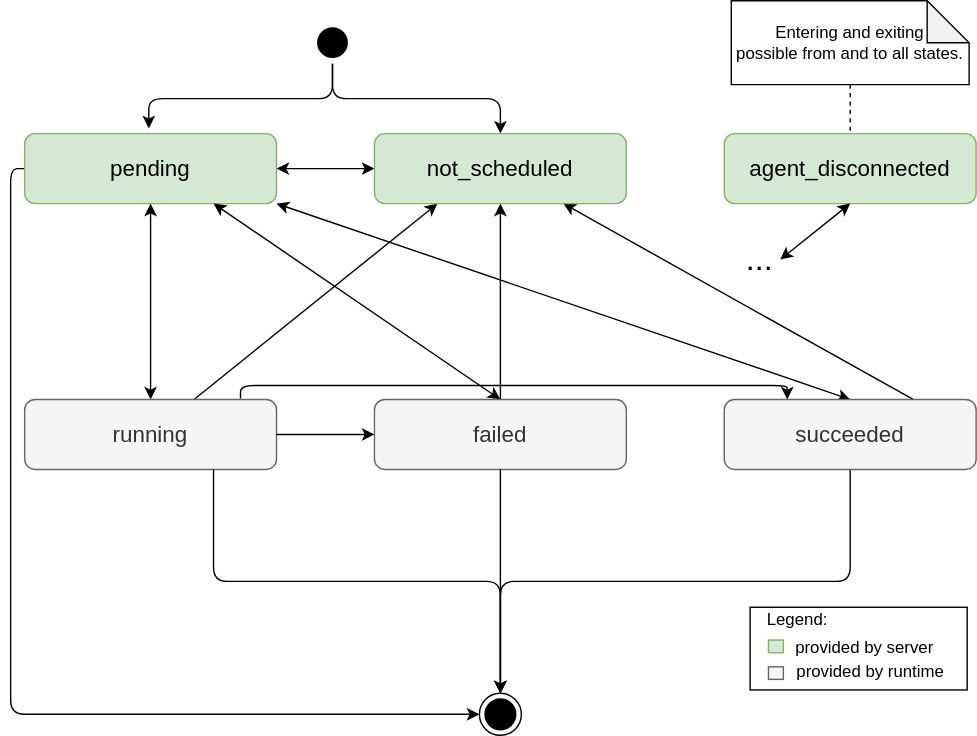
The draw.io diagram common/doc/swdesign/drawio/state_workload_execution_major_states.drawio.svg in eclipse-ankaios/ankaios, before a commit. Source tidied: cells renumbered, new cells last; positions are measured from the earlier drawing's top-left corner, leaving out a move shared by most shapes.
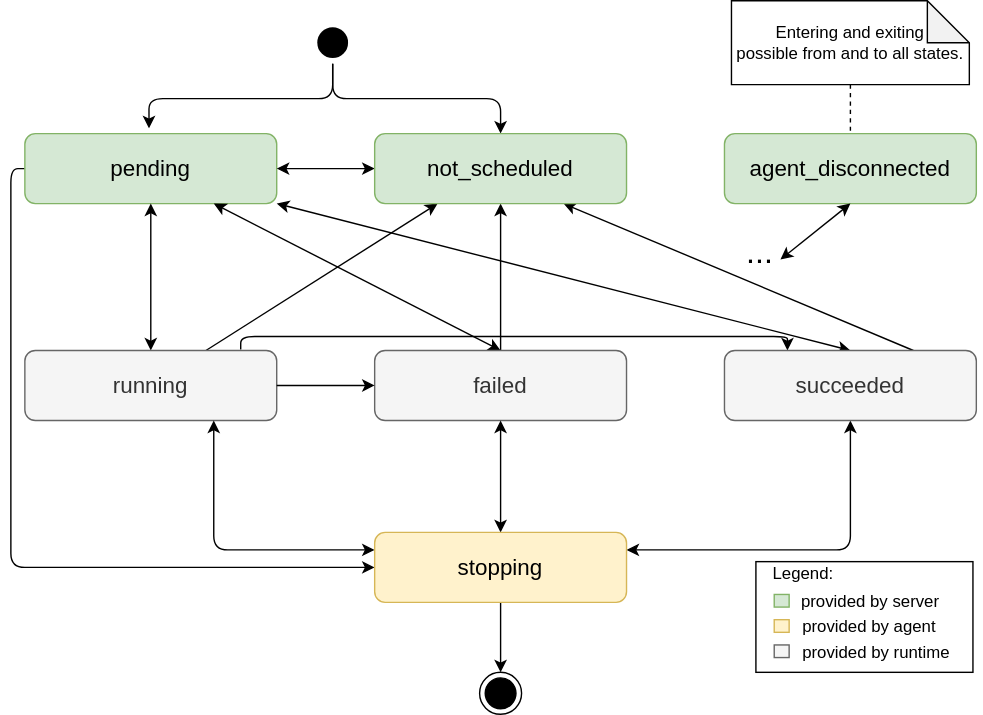
The same file after the commit.

Commit message:
Fix requirements for states

Diff of the diagram source:
```diff
@@ -9,16 +9,16 @@
       <mxGeometry relative="1" as="geometry" />
     </mxCell>
     <mxCell id="4" style="ellipse;html=1;shape=startState;fillColor=#000000;strokeColor=none;" parent="1" vertex="1">
-      <mxGeometry x="205" y="15" width="30" height="30" as="geometry" />
+      <mxGeometry x="205" y="50" width="30" height="30" as="geometry" />
     </mxCell>
     <mxCell id="5" style="ellipse;html=1;shape=endState;fillColor=#000000;strokeColor=#000000;" parent="1" vertex="1">
-      <mxGeometry x="325" y="495" width="30" height="30" as="geometry" />
+      <mxGeometry x="325" y="515" width="30" height="30" as="geometry" />
     </mxCell>
-    <mxCell id="6" style="edgeStyle=orthogonalEdgeStyle;html=1;entryX=0;entryY=0.5;entryDx=0;entryDy=0;startArrow=none;startFill=0;exitX=0;exitY=0.5;exitDx=0;exitDy=0;" parent="1" edge="1" source="7" target="5">
+    <mxCell id="6" style="edgeStyle=orthogonalEdgeStyle;html=1;entryX=0;entryY=0.5;entryDx=0;entryDy=0;startArrow=none;startFill=0;exitX=0;exitY=0.5;exitDx=0;exitDy=0;" parent="1" edge="1" source="7" target="48">
       <mxGeometry relative="1" as="geometry" />
     </mxCell>
     <mxCell id="7" value="&lt;font style=&quot;font-size: 16px;&quot;&gt;pending&lt;/font&gt;" style="rounded=1;whiteSpace=wrap;html=1;strokeColor=#82b366;fillColor=#d5e8d4;" parent="1" vertex="1">
-      <mxGeometry y="95" width="180" height="50" as="geometry" />
+      <mxGeometry y="130" width="180" height="50" as="geometry" />
     </mxCell>
     <mxCell id="8" style="edgeStyle=orthogonalEdgeStyle;html=1;entryX=0;entryY=0.5;entryDx=0;entryDy=0;startArrow=none;startFill=0;exitX=0;exitY=0.75;exitDx=0;exitDy=0;" parent="1" edge="1">
       <mxGeometry relative="1" as="geometry">
@@ -58,11 +58,10 @@
     <mxCell id="17" value="&lt;font style=&quot;font-size: 16px;&quot;&gt;running&lt;br&gt;&lt;/font&gt;" style="rounded=1;whiteSpace=wrap;html=1;strokeColor=#666666;fillColor=#f5f5f5;fontColor=#333333;" parent="1" vertex="1">
       <mxGeometry y="285" width="180" height="50" as="geometry" />
     </mxCell>
-    <mxCell id="18" style="edgeStyle=orthogonalEdgeStyle;html=1;entryX=0.5;entryY=0;entryDx=0;entryDy=0;startArrow=none;startFill=0;" parent="1" edge="1" source="20" target="5">
+    <mxCell id="18" style="edgeStyle=orthogonalEdgeStyle;html=1;startArrow=classic;startFill=1;entryX=1;entryY=0.25;entryDx=0;entryDy=0;" parent="1" edge="1" source="20" target="48">
       <mxGeometry relative="1" as="geometry">
         <Array as="points">
-          <mxPoint x="590" y="415" />
-          <mxPoint x="340" y="415" />
+          <mxPoint x="590" y="428" />
         </Array>
       </mxGeometry>
     </mxCell>
@@ -72,11 +71,11 @@
     <mxCell id="20" value="&lt;font style=&quot;font-size: 16px;&quot;&gt;succeeded&lt;br&gt;&lt;/font&gt;" style="rounded=1;whiteSpace=wrap;html=1;strokeColor=#666666;fillColor=#f5f5f5;fontColor=#333333;" parent="1" vertex="1">
       <mxGeometry x="500" y="285" width="180" height="50" as="geometry" />
     </mxCell>
-    <mxCell id="21" style="edgeStyle=orthogonalEdgeStyle;html=1;entryX=0.5;entryY=0;entryDx=0;entryDy=0;fontSize=16;exitX=0.75;exitY=1;exitDx=0;exitDy=0;" parent="1" edge="1" source="17" target="5">
+    <mxCell id="21" style="edgeStyle=orthogonalEdgeStyle;html=1;entryX=0;entryY=0.25;entryDx=0;entryDy=0;fontSize=16;exitX=0.75;exitY=1;exitDx=0;exitDy=0;startArrow=classic;startFill=1;" parent="1" edge="1" source="17" target="48">
       <mxGeometry relative="1" as="geometry" />
     </mxCell>
     <mxCell id="22" value="&lt;font style=&quot;font-size: 16px;&quot;&gt;agent_disconnected&lt;br&gt;&lt;/font&gt;" style="rounded=1;whiteSpace=wrap;html=1;strokeColor=#82b366;fillColor=#d5e8d4;" parent="1" vertex="1">
-      <mxGeometry x="500" y="95" width="180" height="50" as="geometry" />
+      <mxGeometry x="500" y="130" width="180" height="50" as="geometry" />
     </mxCell>
     <mxCell id="23" style="edgeStyle=orthogonalEdgeStyle;html=1;entryX=0;entryY=0.5;entryDx=0;entryDy=0;startArrow=none;startFill=0;exitX=0;exitY=0.75;exitDx=0;exitDy=0;" parent="1" edge="1">
       <mxGeometry relative="1" as="geometry">
@@ -105,7 +104,7 @@
         </Array>
       </mxGeometry>
     </mxCell>
-    <mxCell id="28" style="edgeStyle=orthogonalEdgeStyle;html=1;entryX=0.5;entryY=0;entryDx=0;entryDy=0;startArrow=none;startFill=0;exitX=0.5;exitY=1;exitDx=0;exitDy=0;" parent="1" edge="1" source="14" target="5">
+    <mxCell id="28" style="edgeStyle=orthogonalEdgeStyle;html=1;entryX=0.5;entryY=0;entryDx=0;entryDy=0;startArrow=classic;startFill=1;exitX=0.5;exitY=1;exitDx=0;exitDy=0;" parent="1" edge="1" source="14" target="48">
       <mxGeometry relative="1" as="geometry" />
     </mxCell>
     <mxCell id="29" style="edgeStyle=orthogonalEdgeStyle;html=1;entryX=1;entryY=0.75;entryDx=0;entryDy=0;startArrow=classic;startFill=1;exitX=1;exitY=0.5;exitDx=0;exitDy=0;" parent="1" edge="1">
@@ -145,42 +144,54 @@
       <mxGeometry relative="1" as="geometry" />
     </mxCell>
     <mxCell id="35" value="&lt;font style=&quot;font-size: 16px;&quot;&gt;not_scheduled&lt;/font&gt;" style="rounded=1;whiteSpace=wrap;html=1;strokeColor=#82b366;fillColor=#d5e8d4;" parent="1" vertex="1">
-      <mxGeometry x="250" y="95" width="180" height="50" as="geometry" />
+      <mxGeometry x="250" y="130" width="180" height="50" as="geometry" />
     </mxCell>
     <mxCell id="36" style="endArrow=classic;html=1;entryX=0.5;entryY=1;entryDx=0;entryDy=0;startArrow=classic;startFill=1;" parent="1" edge="1" target="22">
       <mxGeometry relative="1" as="geometry">
-        <mxPoint x="540" y="185" as="sourcePoint" />
+        <mxPoint x="540" y="220" as="sourcePoint" />
       </mxGeometry>
     </mxCell>
     <mxCell id="37" style="edgeStyle=none;html=1;startArrow=none;startFill=0;dashed=1;endArrow=none;endFill=0;" parent="1" edge="1" source="38" target="22">
       <mxGeometry relative="1" as="geometry" />
     </mxCell>
     <mxCell id="38" value="Entering and exiting &lt;br&gt;possible from and to all states." style="shape=note;whiteSpace=wrap;html=1;backgroundOutline=1;darkOpacity=0.05;" parent="1" vertex="1">
-      <mxGeometry x="505" width="170" height="60" as="geometry" />
+      <mxGeometry x="505" y="35" width="170" height="60" as="geometry" />
     </mxCell>
     <mxCell id="39" value="&lt;font style=&quot;font-size: 23px;&quot;&gt;...&lt;/font&gt;" style="text;html=1;align=center;verticalAlign=middle;strokeColor=none;fillColor=none;" parent="1" vertex="1">
-      <mxGeometry x="505" y="165" width="40" height="40" as="geometry" />
+      <mxGeometry x="505" y="195" width="40" height="40" as="geometry" />
     </mxCell>
-    <mxCell id="40" style="group;" parent="1" vertex="1">
-      <mxGeometry x="516.5" y="427.6" width="163.5" height="67.4" as="geometry" />
-    </mxCell>
-    <mxCell id="41" style="rounded=0;whiteSpace=wrap;html=1;" parent="40" vertex="1">
-      <mxGeometry x="2" y="5.9" width="155.1" height="59.1" as="geometry" />
-    </mxCell>
+    <mxCell id="47" style="edgeStyle=none;html=1;" parent="1" edge="1" source="48" target="5">
+      <mxGeometry relative="1" as="geometry" />
+    </mxCell>
+    <mxCell id="48" value="&lt;font style=&quot;font-size: 16px;&quot;&gt;stopping&lt;br&gt;&lt;/font&gt;" style="rounded=1;whiteSpace=wrap;html=1;strokeColor=#d6b656;fillColor=#fff2cc;" parent="1" vertex="1">
+      <mxGeometry x="250" y="415" width="180" height="50" as="geometry" />
+    </mxCell>
+    <mxCell id="49" style="group;" parent="1" vertex="1">
+      <mxGeometry x="520.5" y="430" width="163.5" height="86.4" as="geometry" />
+    </mxCell>
+    <mxCell id="50" style="rounded=0;whiteSpace=wrap;html=1;" parent="49" vertex="1">
+      <mxGeometry x="2" y="5.9" width="155.1" height="79.1" as="geometry" />
+    </mxCell>
-    <mxCell id="42" value="Legend:" style="text;html=1;align=center;verticalAlign=middle;strokeColor=none;fillColor=none;" parent="40" vertex="1">
+    <mxCell id="42" value="Legend:" style="text;html=1;align=center;verticalAlign=middle;strokeColor=none;fillColor=none;" parent="49" vertex="1">
       <mxGeometry width="70" height="30" as="geometry" />
     </mxCell>
-    <mxCell id="43" style="rounded=0;whiteSpace=wrap;html=1;fillColor=#d5e8d4;strokeColor=#82b366;" parent="40" vertex="1">
+    <mxCell id="43" style="rounded=0;whiteSpace=wrap;html=1;fillColor=#d5e8d4;strokeColor=#82b366;" parent="49" vertex="1">
       <mxGeometry x="15.1" y="29.4" width="10.7" height="9" as="geometry" />
     </mxCell>
-    <mxCell id="44" style="rounded=0;whiteSpace=wrap;html=1;fillColor=#f5f5f5;fontColor=#333333;strokeColor=#666666;" parent="40" vertex="1">
-      <mxGeometry x="15.1" y="48.4" width="10.7" height="9" as="geometry" />
-    </mxCell>
+    <mxCell id="51" style="rounded=0;whiteSpace=wrap;html=1;fillColor=#fff2cc;strokeColor=#d6b656;" parent="49" vertex="1">
+      <mxGeometry x="15.1" y="47.4" width="10.7" height="9" as="geometry" />
+    </mxCell>
+    <mxCell id="52" style="rounded=0;whiteSpace=wrap;html=1;fillColor=#f5f5f5;fontColor=#333333;strokeColor=#666666;" parent="49" vertex="1">
+      <mxGeometry x="15.1" y="65.4" width="10.7" height="9" as="geometry" />
+    </mxCell>
-    <mxCell id="45" value="provided by server" style="text;html=1;align=center;verticalAlign=middle;strokeColor=none;fillColor=none;" parent="40" vertex="1">
+    <mxCell id="45" value="provided by server" style="text;html=1;align=center;verticalAlign=middle;strokeColor=none;fillColor=none;" parent="49" vertex="1">
       <mxGeometry x="23.8" y="20.3" width="120" height="30" as="geometry" />
     </mxCell>
+    <mxCell id="53" value="provided by agent" style="text;html=1;align=left;verticalAlign=middle;strokeColor=none;fillColor=none;" parent="49" vertex="1">
+      <mxGeometry x="33.5" y="38.4" width="120" height="30" as="geometry" />
+    </mxCell>
-    <mxCell id="46" value="provided by runtime" style="text;html=1;align=left;verticalAlign=middle;strokeColor=none;fillColor=none;" parent="40" vertex="1">
-      <mxGeometry x="33.5" y="37.4" width="130" height="30" as="geometry" />
+    <mxCell id="46" value="provided by runtime" style="text;html=1;align=left;verticalAlign=middle;strokeColor=none;fillColor=none;" parent="49" vertex="1">
+      <mxGeometry x="33.5" y="56.4" width="130" height="30" as="geometry" />
     </mxCell>
   </root>
 </mxGraphModel>
```
